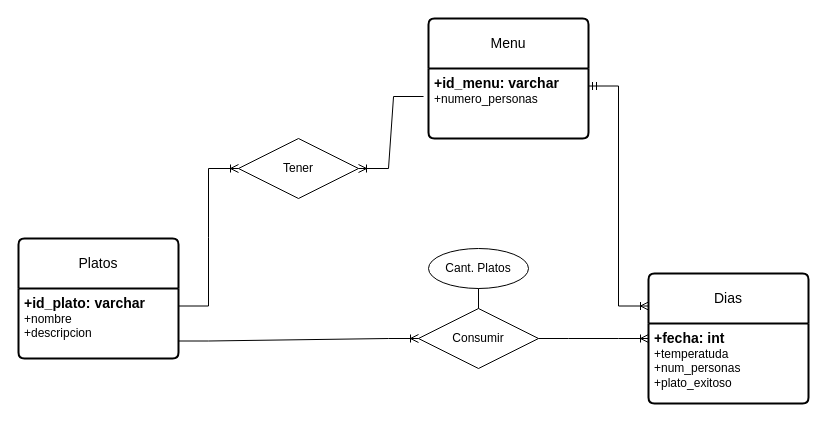
Above: ejercicio15.drawio in AsierGArranz/aga-sru-sa-t-UD12DiagramaER-11102023 (draw.io), before the change. Source tidied: cells renumbered, new cells numbered last; positions are measured from the earlier drawing's top-left corner, leaving out a move shared by most shapes. Both pictures are drawn from the tidied source at 100%, with x=0, y=0 at pixel (18, 18).
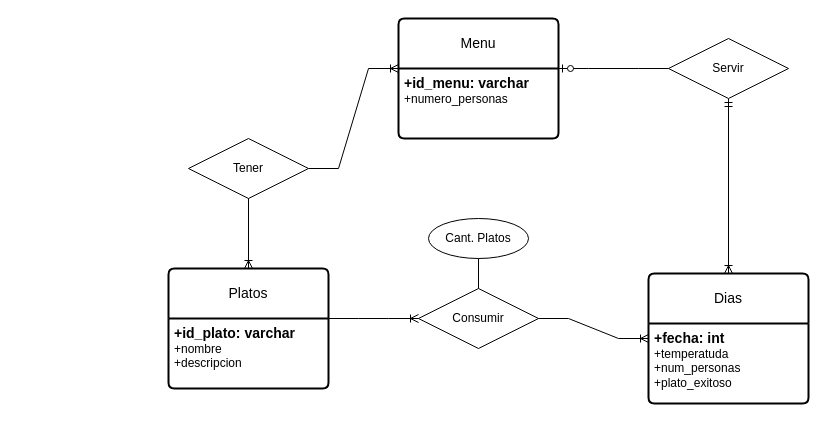
The same diagram, later.

The change refers to these unchanged cells:
```xml
<mxCell id="3" value="&lt;font style=&quot;font-size: 14px;&quot;&gt;&lt;b&gt;+id_menu: varchar&lt;/b&gt;&lt;/font&gt;&lt;br&gt;+numero_personas" style="align=left;strokeColor=none;fillColor=none;spacingLeft=4;fontSize=12;verticalAlign=top;html=1;" parent="2" vertex="1">
  <mxGeometry y="50" width="160" height="70" as="geometry" />
</mxCell>
<mxCell id="6" value="&lt;font style=&quot;font-size: 14px;&quot;&gt;&lt;b&gt;+id_plato: varchar&lt;/b&gt;&lt;/font&gt;&lt;br&gt;+nombre&lt;br&gt;+descripcion" style="align=left;strokeColor=none;fillColor=none;spacingLeft=4;fontSize=12;verticalAlign=top;html=1;" parent="5" vertex="1">
  <mxGeometry y="50" width="160" height="70" as="geometry" />
</mxCell>
<mxCell id="7" value="Dias" style="swimlane;horizontal=1;startSize=50;rounded=1;fontSize=14;fontStyle=0;strokeWidth=2;shadow=0;dashed=0;align=center;arcSize=4;whiteSpace=wrap;html=1;" parent="1" vertex="1">
  <mxGeometry x="630" y="255" width="160" height="130" as="geometry" />
</mxCell>
```

Change to the diagram source:
```diff
@@
     <mxCell id="2" value="Menu" style="swimlane;horizontal=1;startSize=50;rounded=1;fontSize=14;fontStyle=0;strokeWidth=2;shadow=0;dashed=0;align=center;arcSize=4;whiteSpace=wrap;html=1;" parent="1" vertex="1">
-      <mxGeometry x="410" width="160" height="120" as="geometry" />
+      <mxGeometry x="380" width="160" height="120" as="geometry" />
     </mxCell>
@@
     <mxCell id="4" value="Tener" style="shape=rhombus;perimeter=rhombusPerimeter;whiteSpace=wrap;html=1;align=center;" parent="1" vertex="1">
-      <mxGeometry x="220" y="120" width="120" height="60" as="geometry" />
+      <mxGeometry x="170" y="120" width="120" height="60" as="geometry" />
     </mxCell>
     <mxCell id="5" value="Platos" style="swimlane;horizontal=1;startSize=50;rounded=1;fontSize=14;fontStyle=0;strokeWidth=2;shadow=0;dashed=0;align=center;arcSize=4;whiteSpace=wrap;html=1;" parent="1" vertex="1">
-      <mxGeometry y="220" width="160" height="120" as="geometry" />
+      <mxGeometry x="150" y="250" width="160" height="120" as="geometry" />
     </mxCell>
@@
     <mxCell id="9" value="Consumir" style="shape=rhombus;perimeter=rhombusPerimeter;whiteSpace=wrap;html=1;align=center;" parent="1" vertex="1">
-      <mxGeometry x="400" y="290" width="120" height="60" as="geometry" />
+      <mxGeometry x="400" y="270" width="120" height="60" as="geometry" />
     </mxCell>
     <mxCell id="10" value="Cant. Platos" style="ellipse;whiteSpace=wrap;html=1;align=center;" parent="1" vertex="1">
-      <mxGeometry x="410" y="230" width="100" height="40" as="geometry" />
+      <mxGeometry x="410" y="200" width="100" height="40" as="geometry" />
     </mxCell>
-    <mxCell id="11" style="edgeStyle=entityRelationEdgeStyle;fontSize=12;html=1;endArrow=ERoneToMany;rounded=0;exitX=-0.031;exitY=0.4;exitDx=0;exitDy=0;entryX=1;entryY=0.5;entryDx=0;entryDy=0;exitPerimeter=0;" parent="1" edge="1" source="3" target="4">
+    <mxCell id="11" style="edgeStyle=entityRelationEdgeStyle;fontSize=12;html=1;endArrow=ERoneToMany;rounded=0;exitX=1;exitY=0.5;exitDx=0;exitDy=0;entryX=0;entryY=0;entryDx=0;entryDy=0;" parent="1" edge="1" source="4" target="3">
       <mxGeometry relative="1" as="geometry" />
     </mxCell>
-    <mxCell id="12" style="edgeStyle=entityRelationEdgeStyle;fontSize=12;html=1;endArrow=ERoneToMany;rounded=0;exitX=1;exitY=0.25;exitDx=0;exitDy=0;entryX=0;entryY=0.5;entryDx=0;entryDy=0;" parent="1" edge="1" source="6" target="4">
+    <mxCell id="12" style="fontSize=12;html=1;endArrow=ERoneToMany;rounded=0;exitX=0.5;exitY=1;exitDx=0;exitDy=0;entryX=0.5;entryY=0;entryDx=0;entryDy=0;" parent="1" edge="1" source="4" target="5">
       <mxGeometry relative="1" as="geometry" />
     </mxCell>
-    <mxCell id="13" style="edgeStyle=entityRelationEdgeStyle;fontSize=12;html=1;endArrow=ERoneToMany;rounded=0;entryX=0;entryY=0.5;entryDx=0;entryDy=0;exitX=1;exitY=0.75;exitDx=0;exitDy=0;" parent="1" edge="1" source="6" target="9">
+    <mxCell id="13" style="edgeStyle=entityRelationEdgeStyle;fontSize=12;html=1;endArrow=ERoneToMany;rounded=0;entryX=0;entryY=0.5;entryDx=0;entryDy=0;exitX=1;exitY=0;exitDx=0;exitDy=0;" parent="1" edge="1" source="6" target="9">
       <mxGeometry relative="1" as="geometry" />
     </mxCell>
@@
-    <mxCell id="16" style="edgeStyle=entityRelationEdgeStyle;fontSize=12;html=1;endArrow=ERoneToMany;startArrow=ERmandOne;rounded=0;entryX=0;entryY=0.25;entryDx=0;entryDy=0;exitX=1;exitY=0.25;exitDx=0;exitDy=0;" parent="1" edge="1" source="3" target="7">
+    <mxCell id="16" style="fontSize=12;html=1;endArrow=ERoneToMany;startArrow=ERmandOne;rounded=0;entryX=0.5;entryY=0;entryDx=0;entryDy=0;exitX=0.5;exitY=1;exitDx=0;exitDy=0;" parent="1" edge="1" source="17" target="7">
       <mxGeometry relative="1" as="geometry" />
     </mxCell>
+    <mxCell id="17" value="Servir" style="shape=rhombus;perimeter=rhombusPerimeter;whiteSpace=wrap;html=1;align=center;" parent="1" vertex="1">
+      <mxGeometry x="650" y="20" width="120" height="60" as="geometry" />
+    </mxCell>
+    <mxCell id="18" style="edgeStyle=entityRelationEdgeStyle;fontSize=12;html=1;endArrow=ERzeroToOne;endFill=1;rounded=0;entryX=1;entryY=0;entryDx=0;entryDy=0;exitX=0;exitY=0.5;exitDx=0;exitDy=0;" parent="1" edge="1" source="17" target="3">
+      <mxGeometry relative="1" as="geometry" />
+    </mxCell>
```
